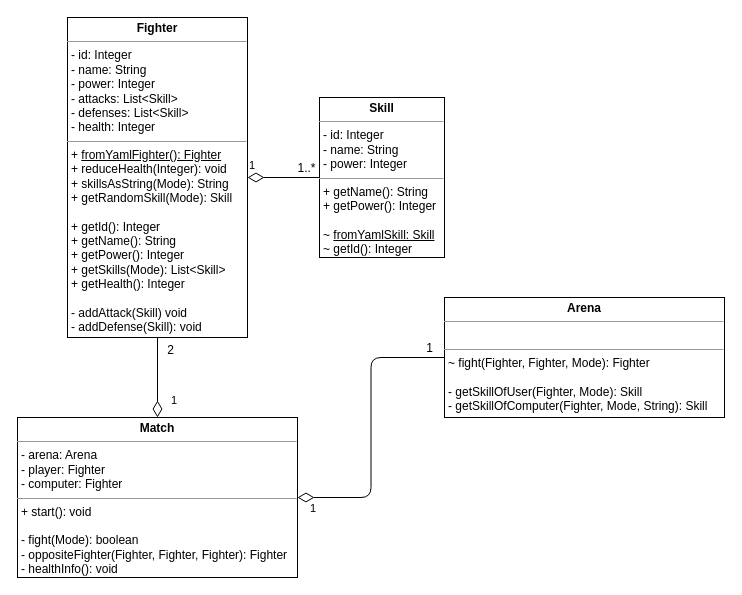
The draw.io diagram docs/img/UML.drawio in yannickkirschen/console-arena, before the edit. Source tidied: cells renumbered, new cells numbered last; positions are measured from the earlier drawing's top-left corner, leaving out a move shared by most shapes. Both pictures are drawn from the tidied source at 100%, with x=0, y=0 at pixel (17, 17).
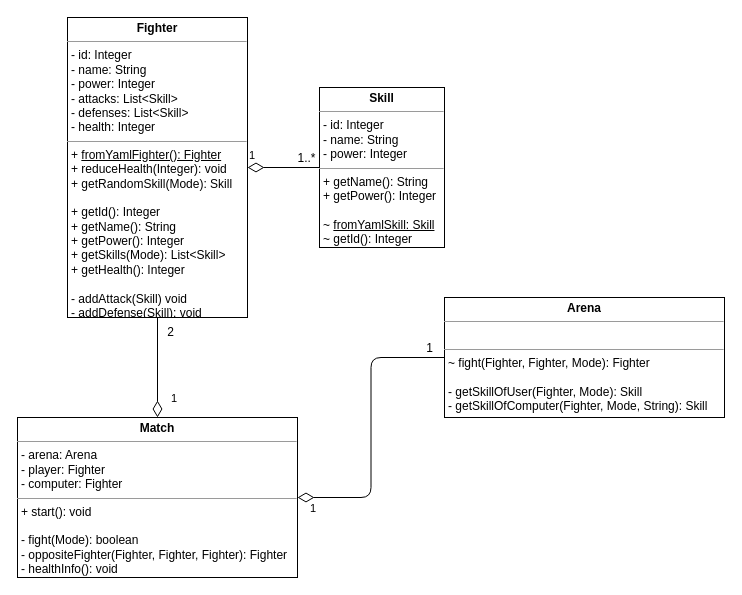
The same diagram, later.

Commit message (it also covers changes not shown here):
Update UML diagram to match move of skill string creation

What changed in the source:
```diff
@@
 <mxGraphModel>
   <root>
     <mxCell id="0" />
     <mxCell id="1" parent="0" />
-    <mxCell id="2" value="&lt;p style=&quot;margin: 0px ; margin-top: 4px ; text-align: center&quot;&gt;&lt;b&gt;Fighter&lt;/b&gt;&lt;/p&gt;&lt;hr size=&quot;1&quot;&gt;&lt;p style=&quot;margin: 0px ; margin-left: 4px&quot;&gt;- id: Integer&lt;/p&gt;&lt;p style=&quot;margin: 0px ; margin-left: 4px&quot;&gt;- name: String&lt;/p&gt;&lt;p style=&quot;margin: 0px ; margin-left: 4px&quot;&gt;- power: Integer&lt;/p&gt;&lt;p style=&quot;margin: 0px ; margin-left: 4px&quot;&gt;- attacks: List&amp;lt;Skill&amp;gt;&lt;/p&gt;&lt;p style=&quot;margin: 0px ; margin-left: 4px&quot;&gt;- defenses: List&amp;lt;Skill&amp;gt;&lt;/p&gt;&lt;p style=&quot;margin: 0px ; margin-left: 4px&quot;&gt;- health: Integer&lt;br&gt;&lt;/p&gt;&lt;hr size=&quot;1&quot;&gt;&lt;p style=&quot;margin: 0px ; margin-left: 4px&quot;&gt;+&amp;nbsp;&lt;u&gt;fromYamlFighter(): Fighter&lt;/u&gt;&lt;span&gt;&lt;br&gt;&lt;/span&gt;&lt;/p&gt;&lt;p style=&quot;margin: 0px ; margin-left: 4px&quot;&gt;&lt;span&gt;+ reduceHealth(Integer): void&lt;/span&gt;&lt;br&gt;&lt;/p&gt;&lt;p style=&quot;margin: 0px ; margin-left: 4px&quot;&gt;+ skillsAsString(Mode): String&lt;/p&gt;&lt;p style=&quot;margin: 0px ; margin-left: 4px&quot;&gt;+ getRandomSkill(Mode): Skill&lt;/p&gt;&lt;p style=&quot;margin: 0px ; margin-left: 4px&quot;&gt;&lt;br&gt;&lt;/p&gt;&lt;p style=&quot;margin: 0px ; margin-left: 4px&quot;&gt;+ getId(): Integer&lt;br&gt;&lt;/p&gt;&lt;p style=&quot;margin: 0px ; margin-left: 4px&quot;&gt;+ getName(): String&lt;/p&gt;&lt;p style=&quot;margin: 0px ; margin-left: 4px&quot;&gt;+ getPower(): Integer&lt;/p&gt;&lt;p style=&quot;margin: 0px ; margin-left: 4px&quot;&gt;+ getSkills(Mode): List&amp;lt;Skill&amp;gt;&lt;/p&gt;&lt;p style=&quot;margin: 0px ; margin-left: 4px&quot;&gt;+ getHealth(): Integer&lt;/p&gt;&lt;p style=&quot;margin: 0px ; margin-left: 4px&quot;&gt;&lt;br&gt;&lt;/p&gt;&lt;p style=&quot;margin: 0px ; margin-left: 4px&quot;&gt;- addAttack(Skill) void&lt;/p&gt;&lt;p style=&quot;margin: 0px ; margin-left: 4px&quot;&gt;- addDefense(Skill): void&lt;/p&gt;" style="verticalAlign=top;align=left;overflow=fill;fontSize=12;fontFamily=Helvetica;html=1;" parent="1" vertex="1">
-      <mxGeometry x="50" width="180" height="320" as="geometry" />
+    <mxCell id="2" value="&lt;p style=&quot;margin: 0px ; margin-top: 4px ; text-align: center&quot;&gt;&lt;b&gt;Fighter&lt;/b&gt;&lt;/p&gt;&lt;hr size=&quot;1&quot;&gt;&lt;p style=&quot;margin: 0px ; margin-left: 4px&quot;&gt;- id: Integer&lt;/p&gt;&lt;p style=&quot;margin: 0px ; margin-left: 4px&quot;&gt;- name: String&lt;/p&gt;&lt;p style=&quot;margin: 0px ; margin-left: 4px&quot;&gt;- power: Integer&lt;/p&gt;&lt;p style=&quot;margin: 0px ; margin-left: 4px&quot;&gt;- attacks: List&amp;lt;Skill&amp;gt;&lt;/p&gt;&lt;p style=&quot;margin: 0px ; margin-left: 4px&quot;&gt;- defenses: List&amp;lt;Skill&amp;gt;&lt;/p&gt;&lt;p style=&quot;margin: 0px ; margin-left: 4px&quot;&gt;- health: Integer&lt;br&gt;&lt;/p&gt;&lt;hr size=&quot;1&quot;&gt;&lt;p style=&quot;margin: 0px ; margin-left: 4px&quot;&gt;+&amp;nbsp;&lt;u&gt;fromYamlFighter(): Fighter&lt;/u&gt;&lt;span&gt;&lt;br&gt;&lt;/span&gt;&lt;/p&gt;&lt;p style=&quot;margin: 0px ; margin-left: 4px&quot;&gt;&lt;span&gt;+ reduceHealth(Integer): void&lt;/span&gt;&lt;/p&gt;&lt;p style=&quot;margin: 0px ; margin-left: 4px&quot;&gt;+ getRandomSkill(Mode): Skill&lt;/p&gt;&lt;p style=&quot;margin: 0px ; margin-left: 4px&quot;&gt;&lt;br&gt;&lt;/p&gt;&lt;p style=&quot;margin: 0px ; margin-left: 4px&quot;&gt;+ getId(): Integer&lt;br&gt;&lt;/p&gt;&lt;p style=&quot;margin: 0px ; margin-left: 4px&quot;&gt;+ getName(): String&lt;/p&gt;&lt;p style=&quot;margin: 0px ; margin-left: 4px&quot;&gt;+ getPower(): Integer&lt;/p&gt;&lt;p style=&quot;margin: 0px ; margin-left: 4px&quot;&gt;+ getSkills(Mode): List&amp;lt;Skill&amp;gt;&lt;/p&gt;&lt;p style=&quot;margin: 0px ; margin-left: 4px&quot;&gt;+ getHealth(): Integer&lt;/p&gt;&lt;p style=&quot;margin: 0px ; margin-left: 4px&quot;&gt;&lt;br&gt;&lt;/p&gt;&lt;p style=&quot;margin: 0px ; margin-left: 4px&quot;&gt;- addAttack(Skill) void&lt;/p&gt;&lt;p style=&quot;margin: 0px ; margin-left: 4px&quot;&gt;- addDefense(Skill): void&lt;/p&gt;" style="verticalAlign=top;align=left;overflow=fill;fontSize=12;fontFamily=Helvetica;html=1;" parent="1" vertex="1">
+      <mxGeometry x="50" width="180" height="300" as="geometry" />
     </mxCell>
     <mxCell id="3" value="&lt;p style=&quot;margin: 0px ; margin-top: 4px ; text-align: center&quot;&gt;&lt;b&gt;Skill&lt;/b&gt;&lt;/p&gt;&lt;hr size=&quot;1&quot;&gt;&lt;p style=&quot;margin: 0px 0px 0px 4px&quot;&gt;- id: Integer&lt;/p&gt;&lt;p style=&quot;margin: 0px 0px 0px 4px&quot;&gt;- name: String&lt;/p&gt;&lt;p style=&quot;margin: 0px 0px 0px 4px&quot;&gt;- power: Integer&lt;br&gt;&lt;/p&gt;&lt;hr size=&quot;1&quot;&gt;&lt;p style=&quot;margin: 0px ; margin-left: 4px&quot;&gt;+ getName(): String&lt;/p&gt;&lt;p style=&quot;margin: 0px ; margin-left: 4px&quot;&gt;+ getPower(): Integer&lt;br style=&quot;padding: 0px ; margin: 0px&quot;&gt;&lt;br&gt;~&amp;nbsp;&lt;u&gt;fromYamlSkill: Skill&lt;/u&gt;&lt;br style=&quot;padding: 0px ; margin: 0px&quot;&gt;~ getId(): Integer&lt;/p&gt;" style="verticalAlign=top;align=left;overflow=fill;fontSize=12;fontFamily=Helvetica;html=1;" parent="1" vertex="1">
-      <mxGeometry x="302" y="80" width="125" height="160" as="geometry" />
+      <mxGeometry x="302" y="70" width="125" height="160" as="geometry" />
     </mxCell>
     <mxCell id="4" value="1" style="endArrow=none;html=1;endSize=12;startArrow=diamondThin;startSize=14;startFill=0;edgeStyle=orthogonalEdgeStyle;align=left;verticalAlign=bottom;strokeColor=#000000;endFill=0;exitX=1;exitY=0.5;exitDx=0;exitDy=0;entryX=0;entryY=0.5;entryDx=0;entryDy=0;" parent="1" edge="1" source="2" target="3">
       <mxGeometry x="-1" y="3" relative="1" as="geometry" />
     </mxCell>
     <mxCell id="5" value="1..*" style="text;html=1;align=center;verticalAlign=middle;labelBackgroundColor=#ffffff;" parent="4" vertex="1">
       <mxGeometry x="0.73" y="4" relative="1" as="geometry">
         <mxPoint x="-4" y="-6" as="offset" />
       </mxGeometry>
     </mxCell>
     <mxCell id="6" value="&lt;p style=&quot;margin: 0px ; margin-top: 4px ; text-align: center&quot;&gt;&lt;b&gt;Match&lt;/b&gt;&lt;/p&gt;&lt;hr size=&quot;1&quot;&gt;&lt;p style=&quot;margin: 0px 0px 0px 4px&quot;&gt;- arena: Arena&lt;/p&gt;&lt;p style=&quot;margin: 0px 0px 0px 4px&quot;&gt;- player: Fighter&lt;/p&gt;&lt;p style=&quot;margin: 0px 0px 0px 4px&quot;&gt;- computer: Fighter&lt;/p&gt;&lt;hr size=&quot;1&quot;&gt;&lt;p style=&quot;margin: 0px ; margin-left: 4px&quot;&gt;+ start(): void&lt;/p&gt;&lt;p style=&quot;margin: 0px ; margin-left: 4px&quot;&gt;&lt;br&gt;&lt;/p&gt;&lt;p style=&quot;margin: 0px ; margin-left: 4px&quot;&gt;- fight(Mode): boolean&lt;/p&gt;&lt;p style=&quot;margin: 0px ; margin-left: 4px&quot;&gt;&lt;span&gt;- oppositeFighter(Fighter, Fighter, Fighter): Fighter&lt;/span&gt;&lt;/p&gt;&lt;p style=&quot;margin: 0px ; margin-left: 4px&quot;&gt;&lt;span&gt;- healthInfo(): void&lt;/span&gt;&lt;/p&gt;" style="verticalAlign=top;align=left;overflow=fill;fontSize=12;fontFamily=Helvetica;html=1;" parent="1" vertex="1">
       <mxGeometry y="400" width="280" height="160" as="geometry" />
     </mxCell>
     <mxCell id="7" value="1" style="endArrow=none;html=1;endSize=12;startArrow=diamondThin;startSize=14;startFill=0;edgeStyle=orthogonalEdgeStyle;align=left;verticalAlign=bottom;strokeColor=#000000;endFill=0;exitX=0.5;exitY=0;exitDx=0;exitDy=0;entryX=0.5;entryY=1;entryDx=0;entryDy=0;" parent="1" edge="1" source="6" target="2">
       <mxGeometry x="-0.8" y="-12" relative="1" as="geometry" />
     </mxCell>
     <mxCell id="8" value="2" style="text;html=1;align=center;verticalAlign=middle;labelBackgroundColor=#ffffff;" parent="7" vertex="1">
       <mxGeometry x="0.73" y="4" relative="1" as="geometry">
         <mxPoint x="16" y="1" as="offset" />
       </mxGeometry>
     </mxCell>
     <mxCell id="9" value="&lt;p style=&quot;margin: 0px ; margin-top: 4px ; text-align: center&quot;&gt;&lt;b&gt;Arena&lt;/b&gt;&lt;/p&gt;&lt;hr size=&quot;1&quot;&gt;&lt;p style=&quot;margin: 0px 0px 0px 4px&quot;&gt;&lt;br&gt;&lt;/p&gt;&lt;hr size=&quot;1&quot;&gt;&lt;p style=&quot;margin: 0px ; margin-left: 4px&quot;&gt;&lt;span&gt;~ fight(Fighter, Fighter, Mode): Fighter&lt;/span&gt;&lt;br&gt;&lt;/p&gt;&lt;p style=&quot;margin: 0px ; margin-left: 4px&quot;&gt;&lt;span&gt;&lt;br&gt;&lt;/span&gt;&lt;/p&gt;&lt;p style=&quot;margin: 0px ; margin-left: 4px&quot;&gt;&lt;span&gt;- getSkillOfUser(Fighter, Mode): Skill&lt;/span&gt;&lt;/p&gt;&lt;p style=&quot;margin: 0px ; margin-left: 4px&quot;&gt;&lt;span&gt;- getSkillOfComputer(Fighter, Mode, String): Skill&lt;/span&gt;&lt;/p&gt;" style="verticalAlign=top;align=left;overflow=fill;fontSize=12;fontFamily=Helvetica;html=1;" parent="1" vertex="1">
       <mxGeometry x="427" y="280" width="280" height="120" as="geometry" />
     </mxCell>
     <mxCell id="10" value="1" style="endArrow=none;html=1;endSize=12;startArrow=diamondThin;startSize=14;startFill=0;edgeStyle=orthogonalEdgeStyle;align=left;verticalAlign=bottom;strokeColor=#000000;endFill=0;exitX=1;exitY=0.5;exitDx=0;exitDy=0;entryX=0;entryY=0.5;entryDx=0;entryDy=0;" parent="1" edge="1" source="6" target="9">
       <mxGeometry x="-0.92" y="-20" relative="1" as="geometry" />
     </mxCell>
     <mxCell id="11" value="1" style="text;html=1;align=center;verticalAlign=middle;labelBackgroundColor=#ffffff;" parent="10" vertex="1">
       <mxGeometry x="0.73" y="4" relative="1" as="geometry">
         <mxPoint x="23" y="-6" as="offset" />
       </mxGeometry>
     </mxCell>
   </root>
 </mxGraphModel>
```
